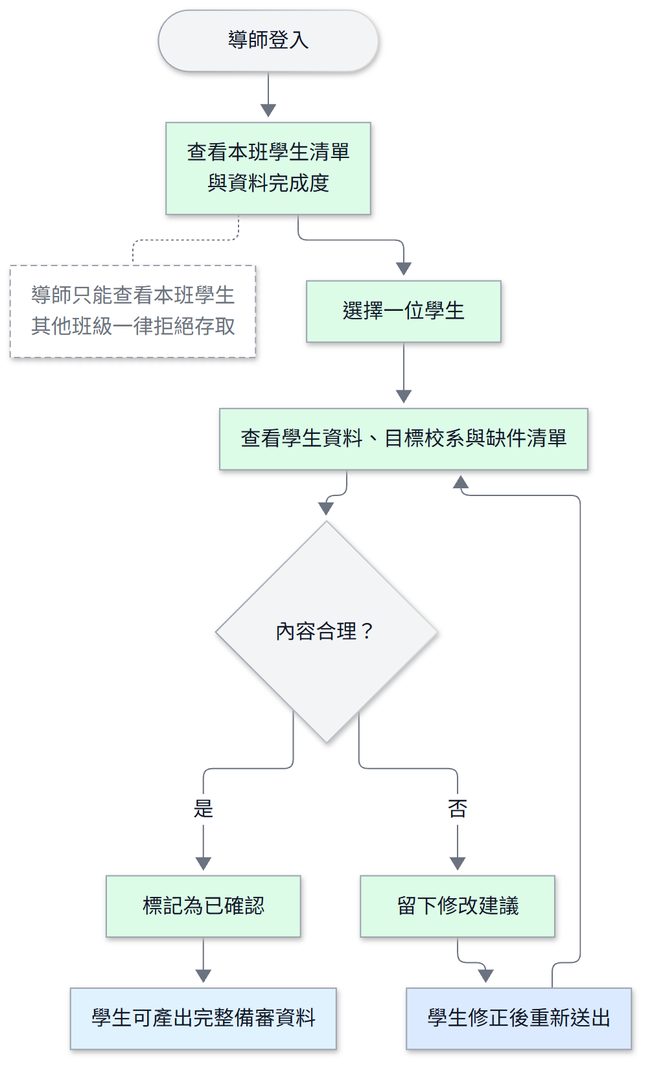
Before: docs/images/D-16-teacher-confirm-flow.png, a diagram exported from Mermaid (vujhdcusa/1028). Its source is kept beside it as docs/images/D-16-teacher-confirm-flow.mmd.
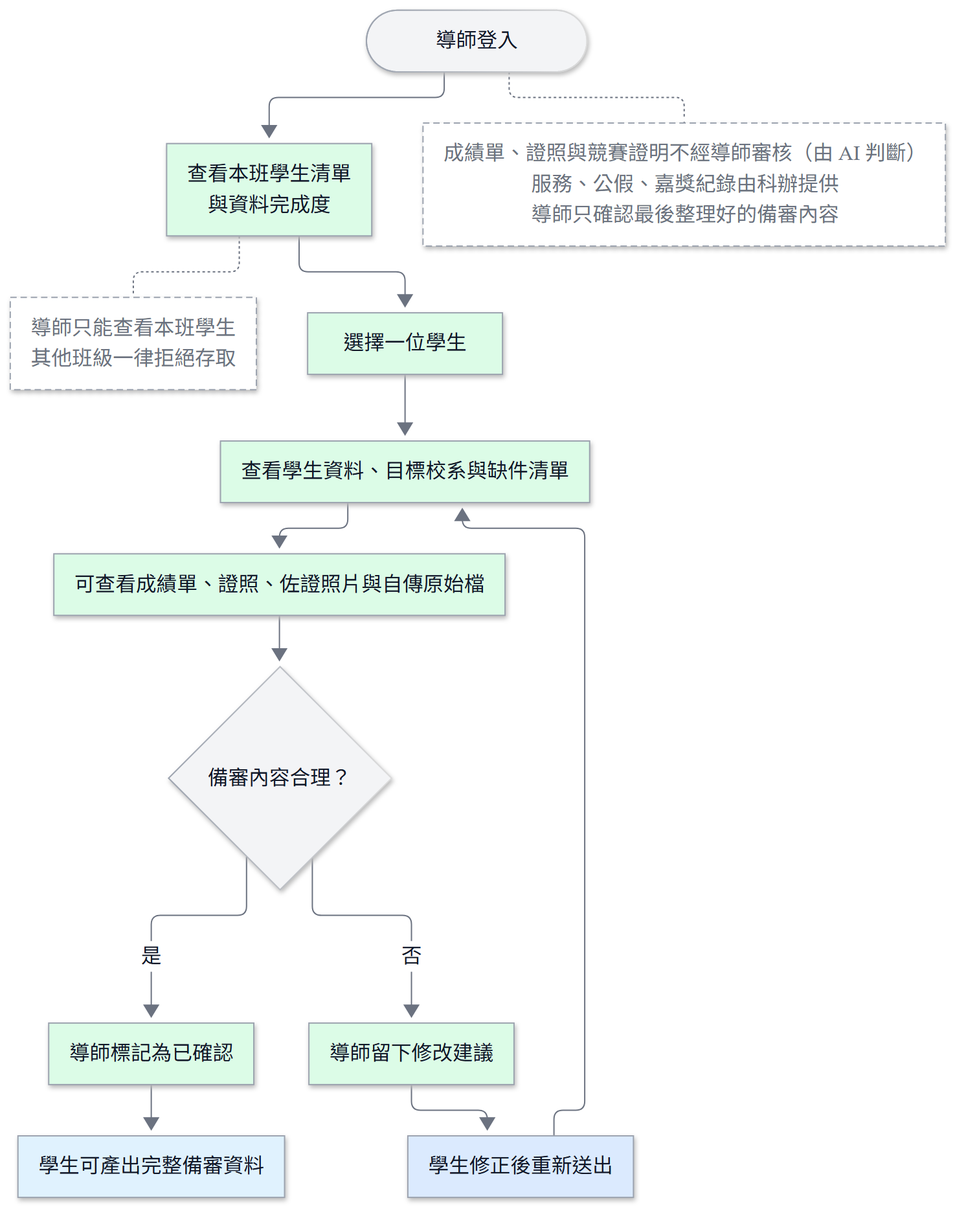
Later version of the same file.

Diff of the diagram source:
```diff
@@ -11,11 +11,13 @@
 
     Start([導師登入]) --> List[查看本班學生清單<br/>與資料完成度]:::teacher
     List -.- Scope[導師只能查看本班學生<br/>其他班級一律拒絕存取]:::pending
+    Start -.- NoCert[成績單、證照與競賽證明不經導師審核（由 AI 判斷）<br/>服務、公假、嘉獎紀錄由科辦提供<br/>導師只確認最後整理好的備審內容]:::pending
     List --> Pick[選擇一位學生]:::teacher
     Pick --> View[查看學生資料、目標校系與缺件清單]:::teacher
-    View --> Reasonable{內容合理？}
-    Reasonable -- 是 --> Confirm[標記為已確認]:::teacher
+    View --> Original[可查看成績單、證照、佐證照片與自傳原始檔]:::teacher
+    Original --> Reasonable{備審內容合理？}
+    Reasonable -- 是 --> Confirm[導師標記為已確認]:::teacher
     Confirm --> Ready[學生可產出完整備審資料]:::system
-    Reasonable -- 否 --> Advice[留下修改建議]:::teacher
+    Reasonable -- 否 --> Advice[導師留下修改建議]:::teacher
     Advice --> Fix[學生修正後重新送出]:::student
     Fix --> View
```
